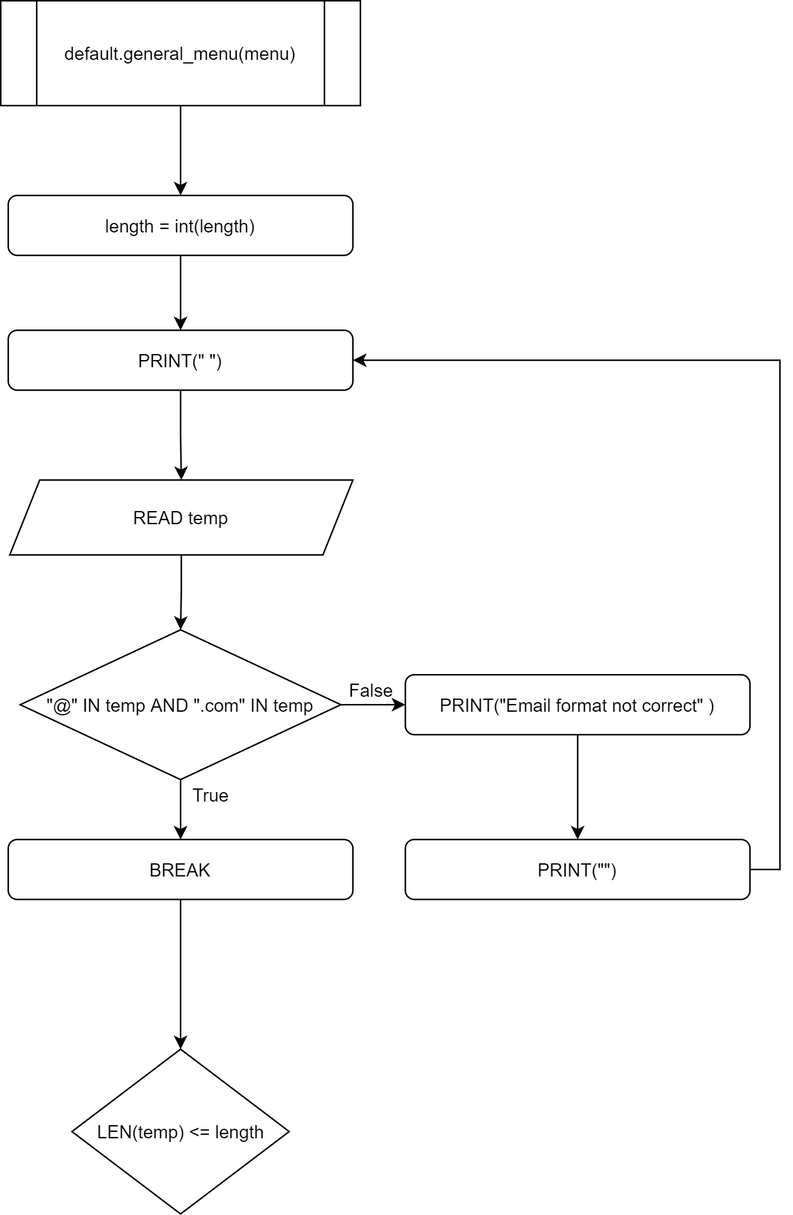
Above: Flowchart/default/validation_number.png in RabbitBear00/Car-Rental-System (draw.io), before the change. Source tidied: cells renumbered, new cells last; positions are measured from the earlier drawing's top-left corner, leaving out a move shared by most shapes.
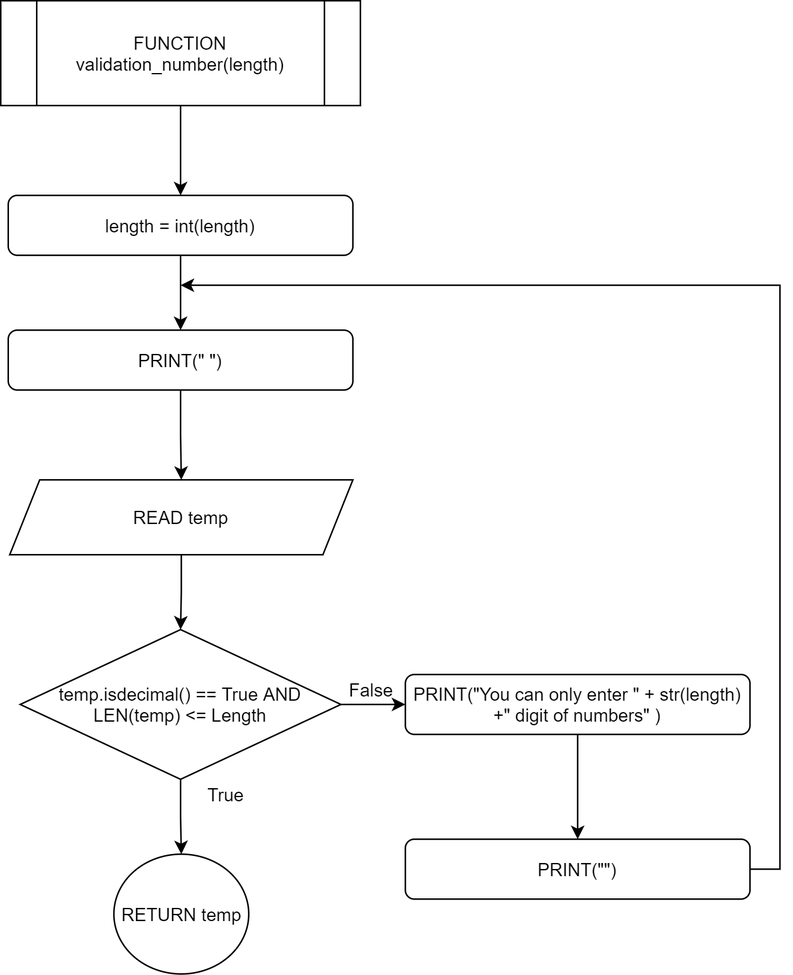
The same file after the commit.

Change to the diagram source:
```diff
@@ -5,7 +5,7 @@
     <mxCell id="2" style="edgeStyle=orthogonalEdgeStyle;rounded=0;jettySize=auto;html=1;" parent="1" edge="1" source="3" target="5">
       <mxGeometry relative="1" as="geometry" />
     </mxCell>
-    <mxCell id="3" value="default.general_menu(menu)" style="shape=process;whiteSpace=wrap;html=1;backgroundOutline=1;" parent="1" vertex="1">
+    <mxCell id="3" value="FUNCTION validation_number(length)" style="shape=process;whiteSpace=wrap;html=1;backgroundOutline=1;" parent="1" vertex="1">
       <mxGeometry width="240" height="70" as="geometry" />
     </mxCell>
     <mxCell id="4" style="edgeStyle=orthogonalEdgeStyle;rounded=0;jettySize=auto;html=1;" parent="1" edge="1" source="5" target="7">
@@ -26,32 +26,27 @@
     <mxCell id="9" value="READ temp" style="shape=parallelogram;perimeter=parallelogramPerimeter;whiteSpace=wrap;html=1;fixedSize=1;" parent="1" vertex="1">
       <mxGeometry x="6" y="320" width="229" height="50" as="geometry" />
     </mxCell>
-    <mxCell id="10" style="edgeStyle=orthogonalEdgeStyle;rounded=0;jettySize=auto;html=1;" parent="1" edge="1" source="12" target="14">
-      <mxGeometry relative="1" as="geometry" />
-    </mxCell>
     <mxCell id="11" style="edgeStyle=orthogonalEdgeStyle;rounded=0;jettySize=auto;html=1;" parent="1" edge="1" source="12" target="16">
       <mxGeometry relative="1" as="geometry" />
     </mxCell>
+    <mxCell id="22" style="edgeStyle=orthogonalEdgeStyle;rounded=0;jettySize=auto;html=1;entryX=0.5;entryY=0;entryDx=0;entryDy=0;" parent="1" edge="1" source="12" target="23">
+      <mxGeometry relative="1" as="geometry" />
+    </mxCell>
-    <mxCell id="12" value="&quot;@&quot; IN temp AND &quot;.com&quot; IN temp" style="rhombus;whiteSpace=wrap;html=1;" parent="1" vertex="1">
+    <mxCell id="12" value="temp.isdecimal() == True AND LEN(temp) &amp;lt;= Length" style="rhombus;whiteSpace=wrap;html=1;" parent="1" vertex="1">
       <mxGeometry x="13" y="420" width="214" height="100" as="geometry" />
     </mxCell>
-    <mxCell id="13" style="edgeStyle=orthogonalEdgeStyle;rounded=0;jettySize=auto;html=1;entryX=0.5;entryY=0;entryDx=0;entryDy=0;" parent="1" edge="1" source="14" target="21">
-      <mxGeometry relative="1" as="geometry" />
-    </mxCell>
-    <mxCell id="14" value="BREAK" style="rounded=1;whiteSpace=wrap;html=1;" parent="1" vertex="1">
-      <mxGeometry x="5" y="560" width="230" height="40" as="geometry" />
-    </mxCell>
     <mxCell id="15" style="edgeStyle=orthogonalEdgeStyle;rounded=0;jettySize=auto;html=1;" parent="1" edge="1" source="16" target="18">
       <mxGeometry relative="1" as="geometry" />
     </mxCell>
-    <mxCell id="16" value="PRINT(&quot;Email format not correct&quot; )" style="rounded=1;whiteSpace=wrap;html=1;" parent="1" vertex="1">
+    <mxCell id="16" value="PRINT(&quot;You can only enter &quot; + str(length) +&quot; digit of numbers&quot; )" style="rounded=1;whiteSpace=wrap;html=1;" parent="1" vertex="1">
       <mxGeometry x="270" y="450" width="230" height="40" as="geometry" />
     </mxCell>
-    <mxCell id="17" style="edgeStyle=orthogonalEdgeStyle;rounded=0;jettySize=auto;html=1;entryX=1;entryY=0.5;entryDx=0;entryDy=0;" parent="1" edge="1" source="18" target="7">
+    <mxCell id="17" style="edgeStyle=orthogonalEdgeStyle;rounded=0;jettySize=auto;html=1;" parent="1" edge="1" source="18">
       <mxGeometry relative="1" as="geometry">
+        <mxPoint x="120" y="190" as="targetPoint" />
         <Array as="points">
           <mxPoint x="520" y="580" />
-          <mxPoint x="520" y="240" />
+          <mxPoint x="520" y="190" />
         </Array>
       </mxGeometry>
     </mxCell>
@@ -62,10 +57,10 @@
       <mxGeometry x="227" y="450" width="40" height="20" as="geometry" />
     </mxCell>
     <mxCell id="20" value="True" style="text;html=1;align=center;verticalAlign=middle;strokeColor=none;" parent="1" vertex="1">
-      <mxGeometry x="120" y="520" width="40" height="20" as="geometry" />
+      <mxGeometry x="130" y="520" width="40" height="20" as="geometry" />
     </mxCell>
-    <mxCell id="21" value="LEN(temp) &lt;= length" style="rhombus;whiteSpace=wrap;html=1;" parent="1" vertex="1">
-      <mxGeometry x="47.5" y="700" width="145" height="110" as="geometry" />
-    </mxCell>
+    <mxCell id="23" value="RETURN temp" style="ellipse;whiteSpace=wrap;html=1;" parent="1" vertex="1">
+      <mxGeometry x="75.5" y="570" width="90" height="80" as="geometry" />
+    </mxCell>
   </root>
 </mxGraphModel>
```
